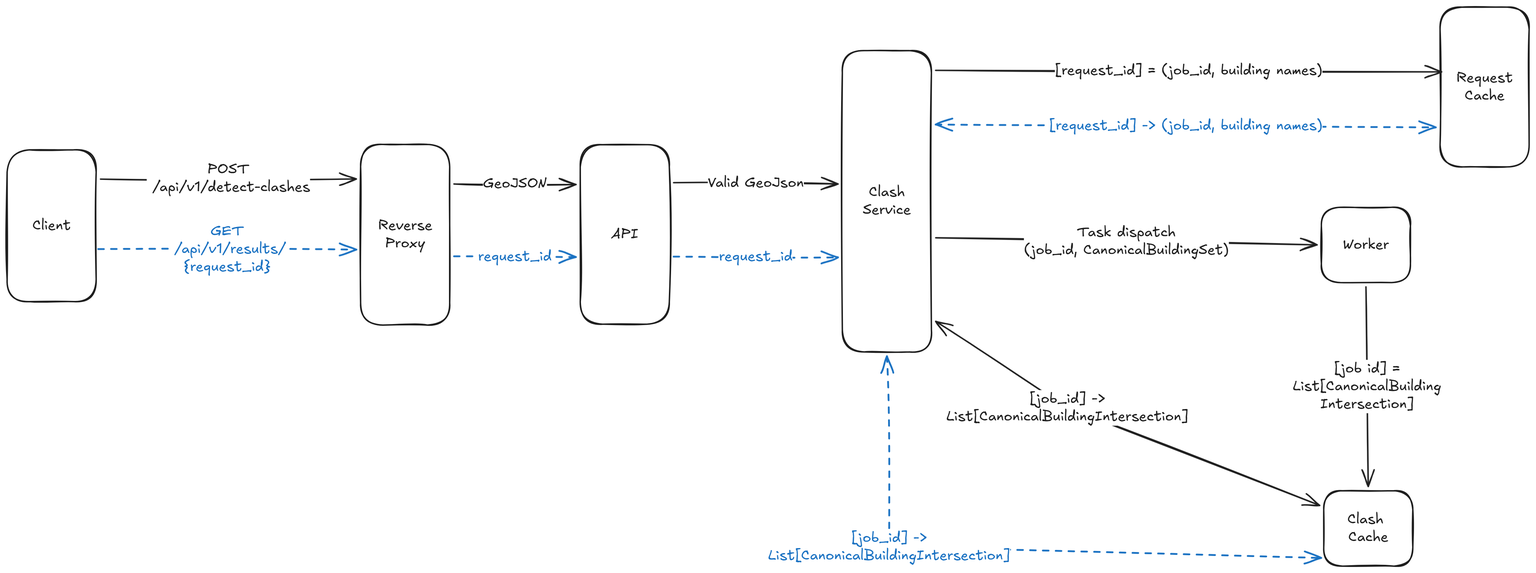
Before: docs/diagrams/system-architecture.png, a diagram exported from Excalidraw (2pacalypse/clashing-buildings). Source tidied: one line per element, renumbered; positions are measured from the earlier drawing's top-left corner, leaving out a move shared by most shapes.
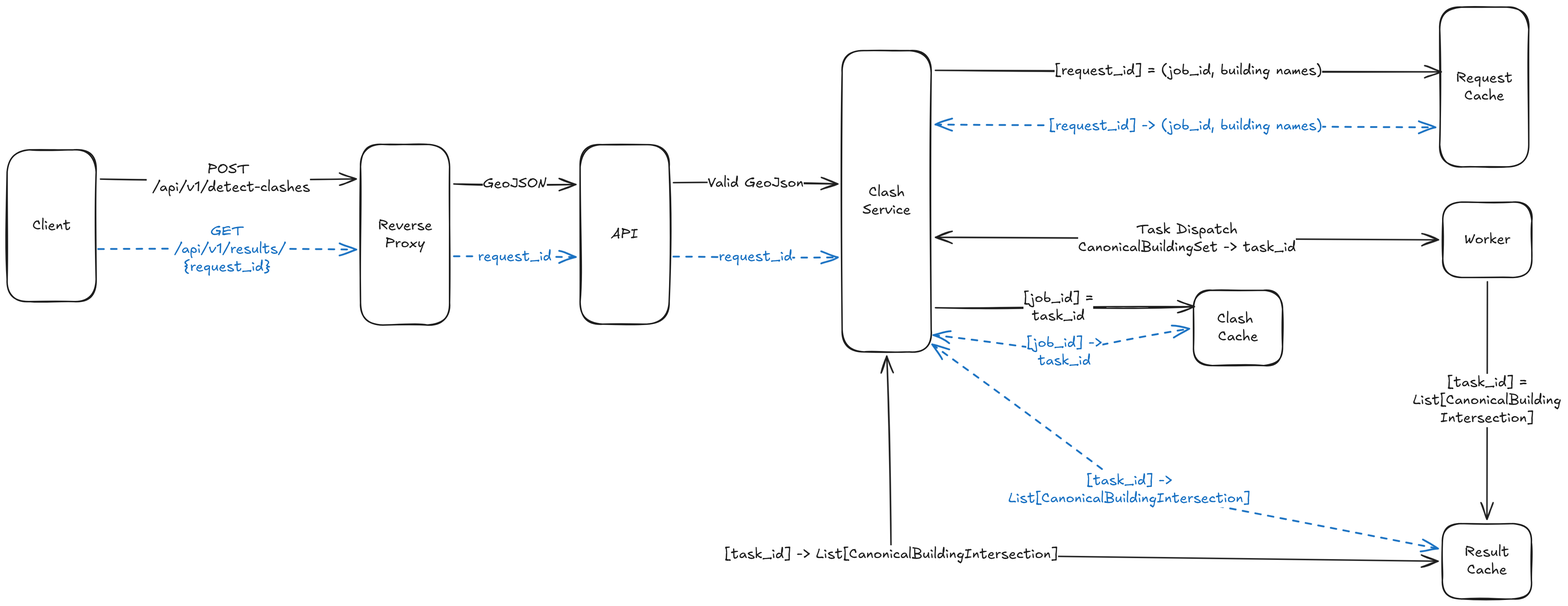
Above is the later version.

Commit message:
style: update system architecture diagram for improved clarity and visual representation

Diff of the diagram source:
```diff
@@ -7,16 +7,13 @@
 {"id": 6, "type": "text", "text": "Clash\nService", "strokeColor": "#1e1e1e", "strokeWidth": 2, "roughness": 1, "fontSize": 20, "fontFamily": 5, "textAlign": "center", "verticalAlign": "middle", "inside": 5, "x": 1202, "y": 248, "width": 68, "height": 50}
 {"id": 7, "type": "arrow", "strokeColor": "#1e1e1e", "strokeWidth": 2, "roughness": 1, "endArrowhead": "arrow", "from": 0, "to": 5, "x": 937, "y": 247, "width": 231, "height": 2, "points": [[0, 0], [231, 2]]}
 {"id": 8, "type": "text", "text": "Valid GeoJson", "strokeColor": "#1e1e1e", "strokeWidth": 2, "roughness": 1, "fontSize": 20, "fontFamily": 5, "textAlign": "center", "verticalAlign": "middle", "inside": 7, "x": 985, "y": 235, "width": 135, "height": 25}
-{"id": 9, "type": "text", "text": "[job_id] ->\nList[CanonicalBuildingIntersection]", "strokeColor": "#1e1e1e", "strokeWidth": 2, "roughness": 1, "fontSize": 20, "fontFamily": 5, "textAlign": "center", "verticalAlign": "middle", "inside": 13, "x": 2187, "y": 550, "width": 340, "height": 50}
-{"id": 10, "type": "rectangle", "strokeColor": "#1e1e1e", "strokeWidth": 2, "roughness": 1, "round": true, "x": 1847, "y": 281, "width": 125, "height": 106}
+{"id": 10, "type": "rectangle", "strokeColor": "#1e1e1e", "strokeWidth": 2, "roughness": 1, "round": true, "x": 2018, "y": 274, "width": 125, "height": 106}
-{"id": 11, "type": "text", "text": "Worker", "strokeColor": "#1e1e1e", "strokeWidth": 2, "roughness": 1, "fontSize": 20, "fontFamily": 5, "textAlign": "center", "verticalAlign": "middle", "inside": 10, "x": 1877, "y": 322, "width": 65, "height": 25}
+{"id": 11, "type": "text", "text": "Worker", "strokeColor": "#1e1e1e", "strokeWidth": 2, "roughness": 1, "fontSize": 20, "fontFamily": 5, "textAlign": "center", "verticalAlign": "middle", "inside": 10, "x": 2048, "y": 315, "width": 65, "height": 25}
-{"id": 12, "type": "rectangle", "strokeColor": "#1e1e1e", "strokeWidth": 2, "roughness": 1, "round": true, "x": 1850, "y": 680, "width": 125, "height": 106}
+{"id": 12, "type": "rectangle", "strokeColor": "#1e1e1e", "strokeWidth": 2, "roughness": 1, "round": true, "x": 1668, "y": 398, "width": 125, "height": 106}
-{"id": 13, "type": "arrow", "strokeColor": "#1e1e1e", "strokeWidth": 2, "roughness": 1, "startArrowhead": "arrow", "endArrowhead": "arrow", "from": 5, "to": 12, "x": 1305, "y": 442, "width": 540, "height": 259, "points": [[0, 0], [185, 121], [540, 259]]}
-{"id": 14, "type": "text", "text": "Clash \nCache", "strokeColor": "#1e1e1e", "strokeWidth": 2, "roughness": 1, "fontSize": 20, "fontFamily": 5, "textAlign": "center", "verticalAlign": "middle", "inside": 12, "x": 1883, "y": 708, "width": 59, "height": 50}
+{"id": 14, "type": "text", "text": "Clash \nCache", "strokeColor": "#1e1e1e", "strokeWidth": 2, "roughness": 1, "fontSize": 20, "fontFamily": 5, "textAlign": "center", "verticalAlign": "middle", "inside": 12, "x": 1701, "y": 426, "width": 59, "height": 50}
-{"id": 15, "type": "arrow", "strokeColor": "#1e1e1e", "strokeWidth": 2, "roughness": 1, "endArrowhead": "arrow", "from": 5, "to": 10, "x": 1305, "y": 324, "width": 536, "height": 10, "points": [[0, 0], [536, 10]]}
+{"id": 15, "type": "arrow", "strokeColor": "#1e1e1e", "strokeWidth": 2, "roughness": 1, "startArrowhead": "arrow", "endArrowhead": "arrow", "from": 5, "to": 10, "x": 1305, "y": 324, "width": 707, "height": 4, "points": [[0, 0], [707, 4]]}
-{"id": 16, "type": "text", "text": "Task dispatch\n(job_id, CanonicalBuildingSet)", "strokeColor": "#1e1e1e", "strokeWidth": 2, "roughness": 1, "fontSize": 20, "fontFamily": 5, "textAlign": "center", "verticalAlign": "middle", "inside": 15, "x": 2259, "y": 325, "width": 288, "height": 50}
+{"id": 16, "type": "text", "text": "Task Dispatch\nCanonicalBuildingSet -> task_id", "strokeColor": "#1e1e1e", "strokeWidth": 2, "roughness": 1, "fontSize": 20, "fontFamily": 5, "textAlign": "center", "verticalAlign": "middle", "inside": 15, "x": 1420, "y": 304, "width": 306, "height": 50}
-{"id": 17, "type": "arrow", "strokeColor": "#1e1e1e", "strokeWidth": 2, "roughness": 1, "endArrowhead": "arrow", "from": 10, "to": 12, "x": 1910, "y": 393, "width": 3, "height": 281, "points": [[0, 0], [3, 281]]}
-{"id": 18, "type": "text", "text": "[job id] =\nList[CanonicalBuilding\nIntersection]", "strokeColor": "#1e1e1e", "strokeWidth": 2, "roughness": 1, "fontSize": 20, "fontFamily": 5, "textAlign": "center", "verticalAlign": "middle", "inside": 17, "x": 2613, "y": 510, "width": 208, "height": 75}
+{"id": 18, "type": "text", "text": "[task_id] =\nList[CanonicalBuilding\nIntersection]", "strokeColor": "#1e1e1e", "strokeWidth": 2, "roughness": 1, "fontSize": 20, "fontFamily": 5, "textAlign": "center", "verticalAlign": "middle", "inside": 17, "x": 1808, "y": 478, "width": 208, "height": 75}
 {"id": 19, "type": "rectangle", "strokeColor": "#1e1e1e", "strokeWidth": 2, "roughness": 1, "round": true, "x": 0, "y": 201, "width": 125, "height": 213}
 {"id": 20, "type": "text", "text": "Client", "strokeColor": "#1e1e1e", "strokeWidth": 2, "roughness": 1, "fontSize": 20, "fontFamily": 5, "textAlign": "center", "verticalAlign": "middle", "inside": 19, "x": 35, "y": 295, "width": 54, "height": 25}
 {"id": 21, "type": "rectangle", "strokeColor": "#1e1e1e", "strokeWidth": 2, "roughness": 1, "round": true, "x": 497, "y": 193, "width": 125, "height": 254}
@@ -25,7 +22,7 @@
 {"id": 24, "type": "rectangle", "strokeColor": "#1e1e1e", "strokeWidth": 2, "roughness": 1, "round": true, "x": 2014, "y": 0, "width": 125, "height": 225}
 {"id": 25, "type": "text", "text": "Request\nCache", "strokeColor": "#1e1e1e", "strokeWidth": 2, "roughness": 1, "fontSize": 20, "fontFamily": 5, "textAlign": "center", "verticalAlign": "middle", "inside": 24, "x": 2036, "y": 87, "width": 80, "height": 50}
 {"id": 26, "type": "arrow", "strokeColor": "#1e1e1e", "strokeWidth": 2, "roughness": 1, "endArrowhead": "arrow", "from": 5, "to": 24, "x": 1305, "y": 89, "width": 711, "height": 2, "points": [[0, 0], [711, 2]]}
-{"id": 27, "type": "text", "text": "[request_id] = (job_id, building names)", "strokeColor": "#1e1e1e", "strokeWidth": 2, "roughness": 1, "fontSize": 20, "fontFamily": 5, "textAlign": "center", "verticalAlign": "middle", "inside": 26, "x": 2334, "y": 97, "width": 376, "height": 25}
+{"id": 27, "type": "text", "text": "[request_id] = (job_id, building names)", "strokeColor": "#1e1e1e", "strokeWidth": 2, "roughness": 1, "fontSize": 20, "fontFamily": 5, "textAlign": "center", "verticalAlign": "middle", "inside": 26, "x": 1472, "y": 77, "width": 376, "height": 25}
 {"id": 28, "type": "arrow", "strokeColor": "#1971c2", "strokeWidth": 2, "strokeStyle": "dashed", "roughness": 1, "endArrowhead": "arrow", "to": 21, "x": 128, "y": 340, "width": 363, "height": 1, "points": [[0, 0], [363, 1]]}
 {"id": 29, "type": "text", "text": "GET\n /api/v1/results/\n{request_id}", "strokeColor": "#1971c2", "strokeWidth": 2, "roughness": 1, "fontSize": 20, "fontFamily": 5, "textAlign": "center", "verticalAlign": "middle", "inside": 28, "x": 227, "y": 303, "width": 165, "height": 75}
 {"id": 30, "type": "arrow", "strokeColor": "#1971c2", "strokeWidth": 2, "strokeStyle": "dashed", "roughness": 1, "endArrowhead": "arrow", "from": 0, "to": 5, "x": 937, "y": 351, "width": 231, "height": 1, "points": [[0, 0], [231, 1]]}
@@ -34,5 +31,14 @@
 {"id": 33, "type": "text", "text": "request_id", "strokeColor": "#1971c2", "strokeWidth": 2, "strokeStyle": "dashed", "roughness": 1, "fontSize": 20, "fontFamily": 5, "textAlign": "center", "verticalAlign": "middle", "inside": 32, "x": 662, "y": 338, "width": 103, "height": 25}
 {"id": 34, "type": "arrow", "strokeColor": "#1971c2", "strokeWidth": 2, "strokeStyle": "dashed", "roughness": 1, "startArrowhead": "arrow", "endArrowhead": "arrow", "from": 5, "to": 24, "x": 1305, "y": 165, "width": 703, "height": 4, "points": [[0, 0], [703, 4]]}
 {"id": 35, "type": "text", "text": "[request_id] -> (job_id, building names)", "strokeColor": "#1971c2", "strokeWidth": 2, "roughness": 1, "fontSize": 20, "fontFamily": 5, "textAlign": "center", "verticalAlign": "middle", "inside": 34, "x": 2326, "y": 175, "width": 384, "height": 25}
-{"id": 36, "type": "arrow", "strokeColor": "#1971c2", "strokeWidth": 2, "strokeStyle": "dashed", "roughness": 1, "startArrowhead": "arrow", "endArrowhead": "arrow", "from": 5, "to": 12, "x": 1236, "y": 491, "width": 610, "height": 284, "points": [[0, 0], [3, 268], [610, 284]]}
+{"id": 36, "type": "arrow", "strokeColor": "#1971c2", "strokeWidth": 2, "strokeStyle": "dashed", "roughness": 1, "startArrowhead": "arrow", "endArrowhead": "arrow", "from": 5, "to": 42, "x": 1300, "y": 474, "width": 711, "height": 287, "points": [[0, 0], [277, 204], [711, 287]]}
-{"id": 37, "type": "text", "text": "[job_id] ->\nList[CanonicalBuildingIntersection]", "strokeColor": "#1971c2", "strokeWidth": 2, "roughness": 1, "fontSize": 20, "fontFamily": 5, "textAlign": "center", "verticalAlign": "middle", "inside": 36, "x": 2056, "y": 513, "width": 340, "height": 50}
+{"id": 37, "type": "text", "text": "[task_id] ->\nList[CanonicalBuildingIntersection]", "strokeColor": "#1971c2", "strokeWidth": 2, "roughness": 1, "fontSize": 20, "fontFamily": 5, "textAlign": "center", "verticalAlign": "middle", "inside": 36, "x": 1127, "y": 869, "width": 340, "height": 50}
+{"id": 38, "type": "arrow", "strokeColor": "#1e1e1e", "strokeWidth": 2, "roughness": 1, "endArrowhead": "arrow", "x": 1305, "y": 422, "width": 364, "height": 2, "points": [[0, 0], [173, 0], [364, -2]]}
+{"id": 39, "type": "text", "text": "[job_id] =\ntask_id", "strokeColor": "#1e1e1e", "strokeWidth": 2, "roughness": 1, "fontSize": 20, "fontFamily": 5, "textAlign": "center", "verticalAlign": "middle", "inside": 38, "x": 1438, "y": 411, "width": 98, "height": 50}
+{"id": 40, "type": "arrow", "strokeColor": "#1971c2", "strokeWidth": 2, "strokeStyle": "dashed", "roughness": 1, "startArrowhead": "arrow", "endArrowhead": "arrow", "to": 12, "x": 1302, "y": 461, "width": 360, "height": 33, "points": [[0, 0], [184, 24], [360, -9]]}
+{"id": 41, "type": "text", "text": "[job_id] ->\ntask_id", "strokeColor": "#1971c2", "strokeWidth": 2, "roughness": 1, "fontSize": 20, "fontFamily": 5, "textAlign": "center", "verticalAlign": "middle", "inside": 40, "x": 1433, "y": 460, "width": 107, "height": 50}
+{"id": 42, "type": "rectangle", "strokeColor": "#1e1e1e", "strokeWidth": 2, "roughness": 1, "round": true, "x": 2017, "y": 726, "width": 125, "height": 106}
+{"id": 17, "type": "arrow", "strokeColor": "#1e1e1e", "strokeWidth": 2, "roughness": 1, "endArrowhead": "arrow", "from": 10, "to": 42, "x": 2081, "y": 386, "width": 1, "height": 334, "points": [[0, 0], [-1, 334]]}
+{"id": 43, "type": "text", "text": "Result\nCache", "strokeColor": "#1e1e1e", "strokeWidth": 2, "roughness": 1, "fontSize": 20, "fontFamily": 5, "textAlign": "center", "verticalAlign": "middle", "inside": 42, "x": 2049, "y": 754, "width": 63, "height": 50}
+{"id": 44, "type": "arrow", "strokeColor": "#1e1e1e", "strokeWidth": 2, "roughness": 1, "startArrowhead": "arrow", "endArrowhead": "arrow", "from": 5, "to": 42, "x": 1236, "y": 491, "width": 775, "height": 288, "points": [[0, 0], [6, 279], [775, 288]]}
+{"id": 45, "type": "text", "text": "[task_id] -> List[CanonicalBuildingIntersection]", "strokeColor": "#1e1e1e", "strokeWidth": 2, "roughness": 1, "fontSize": 20, "fontFamily": 5, "textAlign": "center", "verticalAlign": "middle", "inside": 44, "x": 1052, "y": 765, "width": 469, "height": 25}
```
